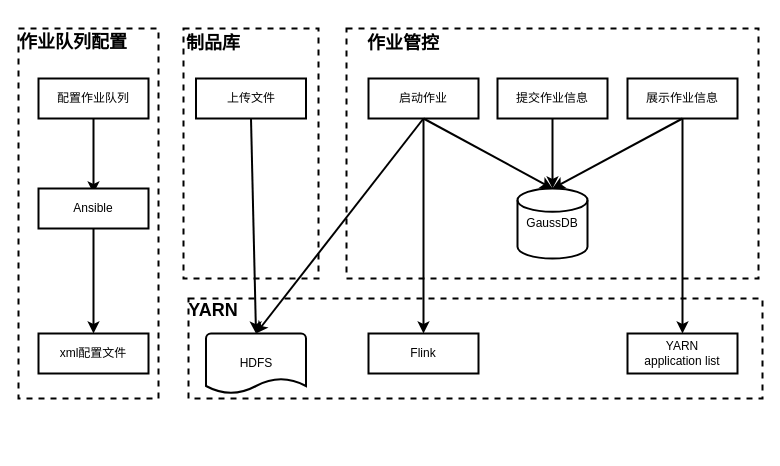
The draw.io diagram DetailDesign.drawio in Janxun/graph, before the edit. Source tidied: cells renumbered, new cells numbered last; positions are measured from the earlier drawing's top-left corner, leaving out a move shared by most shapes. Both pictures are drawn from the tidied source at 100%, with x=0, y=0 at pixel (18, 27).
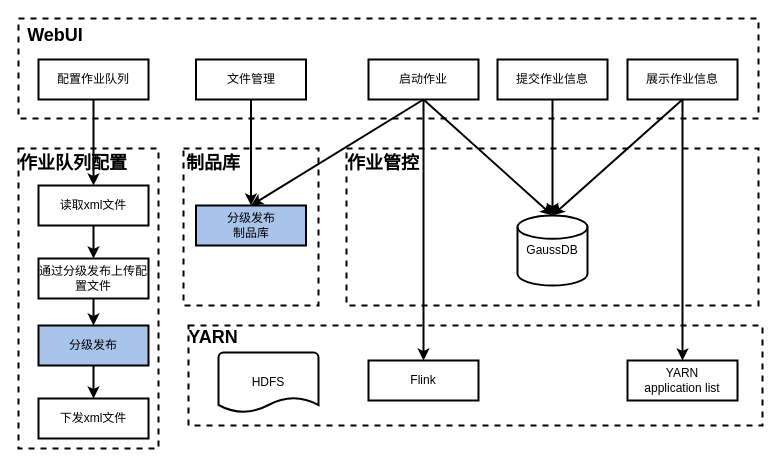
Above is the later version.

Diff of the diagram source:
```diff
@@
-    <mxCell id="2" style="rounded=0;whiteSpace=wrap;html=1;dashed=1;strokeWidth=2;align=left;" parent="1" vertex="1">
-      <mxGeometry x="170" y="271" width="574" height="100" as="geometry" />
-    </mxCell>
     <mxCell id="3" style="rounded=0;whiteSpace=wrap;html=1;dashed=1;strokeWidth=2;align=left;" parent="1" vertex="1">
-      <mxGeometry x="328" y="1" width="412" height="250" as="geometry" />
+      <mxGeometry x="328" y="121" width="412" height="157" as="geometry" />
     </mxCell>
     <mxCell id="4" style="rounded=0;whiteSpace=wrap;html=1;dashed=1;strokeWidth=2;align=left;" parent="1" vertex="1">
-      <mxGeometry x="165" y="1" width="135" height="250" as="geometry" />
+      <mxGeometry x="165" y="121" width="135" height="157" as="geometry" />
     </mxCell>
     <mxCell id="5" style="rounded=0;whiteSpace=wrap;html=1;dashed=1;strokeWidth=2;" parent="1" vertex="1">
-      <mxGeometry y="1" width="140" height="370" as="geometry" />
+      <mxGeometry y="121" width="140" height="300" as="geometry" />
     </mxCell>
+    <mxCell id="30" style="rounded=0;whiteSpace=wrap;html=1;dashed=1;strokeWidth=2;strokeColor=#000000;" parent="1" vertex="1">
+      <mxGeometry y="-9" width="740" height="100" as="geometry" />
+    </mxCell>
+    <mxCell id="2" style="rounded=0;whiteSpace=wrap;html=1;dashed=1;strokeWidth=2;align=left;" parent="1" vertex="1">
+      <mxGeometry x="170" y="298" width="574" height="100" as="geometry" />
+    </mxCell>
     <mxCell id="6" value="提交作业信息" style="rounded=0;whiteSpace=wrap;html=1;strokeWidth=2;" parent="1" vertex="1">
-      <mxGeometry x="479" y="51" width="110" height="40" as="geometry" />
+      <mxGeometry x="479" y="32" width="110" height="40" as="geometry" />
     </mxCell>
     <mxCell id="7" value="&lt;span&gt;GaussDB&lt;/span&gt;" style="strokeWidth=2;html=1;shape=mxgraph.flowchart.database;whiteSpace=wrap;" parent="1" vertex="1">
-      <mxGeometry x="499" y="161" width="70" height="70" as="geometry" />
+      <mxGeometry x="499" y="188" width="70" height="70" as="geometry" />
     </mxCell>
@@
     <mxCell id="9" value="展示作业信息" style="rounded=0;whiteSpace=wrap;html=1;strokeWidth=2;" parent="1" vertex="1">
-      <mxGeometry x="609" y="51" width="110" height="40" as="geometry" />
+      <mxGeometry x="609" y="32" width="110" height="40" as="geometry" />
     </mxCell>
     <mxCell id="10" value="启动作业" style="rounded=0;whiteSpace=wrap;html=1;strokeWidth=2;" parent="1" vertex="1">
-      <mxGeometry x="350" y="51" width="110" height="40" as="geometry" />
+      <mxGeometry x="350" y="32" width="110" height="40" as="geometry" />
     </mxCell>
-    <mxCell id="11" value="上传文件" style="rounded=0;whiteSpace=wrap;html=1;strokeWidth=2;" parent="1" vertex="1">
-      <mxGeometry x="177.5" y="51" width="110" height="40" as="geometry" />
+    <mxCell id="11" value="文件管理" style="rounded=0;whiteSpace=wrap;html=1;strokeWidth=2;" parent="1" vertex="1">
+      <mxGeometry x="177.5" y="32" width="110" height="40" as="geometry" />
     </mxCell>
-    <mxCell id="12" style="endArrow=classic;html=1;rounded=0;strokeWidth=2;exitX=0.5;exitY=1;exitDx=0;exitDy=0;entryX=0.5;entryY=0;entryDx=0;entryDy=0;entryPerimeter=0;" parent="1" edge="1" source="11" target="29">
-      <mxGeometry relative="1" as="geometry" />
-    </mxCell>
@@
     <mxCell id="14" value="配置作业队列" style="rounded=0;whiteSpace=wrap;html=1;strokeWidth=2;" parent="1" vertex="1">
-      <mxGeometry x="20" y="51" width="110" height="40" as="geometry" />
+      <mxGeometry x="20" y="32" width="110" height="40" as="geometry" />
     </mxCell>
@@
-    <mxCell id="16" style="endArrow=classic;html=1;rounded=0;strokeWidth=2;exitX=0.5;exitY=1;exitDx=0;exitDy=0;" parent="1" edge="1" source="14">
-      <mxGeometry relative="1" as="geometry">
-        <mxPoint x="75" y="166" as="targetPoint" />
-      </mxGeometry>
-    </mxCell>
-    <mxCell id="17" value="Ansible" style="rounded=0;whiteSpace=wrap;html=1;strokeWidth=2;" parent="1" vertex="1">
-      <mxGeometry x="20" y="161" width="110" height="40" as="geometry" />
+    <mxCell id="17" value="分级发布" style="rounded=0;whiteSpace=wrap;html=1;strokeWidth=2;fillColor=#A9C4EB;" parent="1" vertex="1">
+      <mxGeometry x="20" y="298" width="110" height="40" as="geometry" />
     </mxCell>
@@
-    <mxCell id="19" style="endArrow=classic;html=1;rounded=0;strokeWidth=2;exitX=0.5;exitY=1;exitDx=0;exitDy=0;entryX=0.5;entryY=0;entryDx=0;entryDy=0;entryPerimeter=0;" parent="1" edge="1" source="10" target="29">
+    <mxCell id="19" style="endArrow=classic;html=1;rounded=0;strokeWidth=2;exitX=0.5;exitY=1;exitDx=0;exitDy=0;entryX=0.5;entryY=0;entryDx=0;entryDy=0;" parent="1" edge="1" source="10" target="31">
       <mxGeometry relative="1" as="geometry" />
     </mxCell>
@@
-    <mxCell id="22" value="xml配置文件" style="rounded=0;whiteSpace=wrap;html=1;strokeWidth=2;" parent="1" vertex="1">
-      <mxGeometry x="20" y="306" width="110" height="40" as="geometry" />
+    <mxCell id="22" value="下发xml文件" style="rounded=0;whiteSpace=wrap;html=1;strokeWidth=2;" parent="1" vertex="1">
+      <mxGeometry x="20" y="371" width="110" height="40" as="geometry" />
     </mxCell>
     <mxCell id="23" value="&lt;font style=&quot;font-size: 18px&quot;&gt;&lt;b&gt;YARN&lt;/b&gt;&lt;/font&gt;" style="text;html=1;strokeColor=none;fillColor=none;align=center;verticalAlign=middle;whiteSpace=wrap;rounded=0;" parent="1" vertex="1">
-      <mxGeometry x="165" y="268" width="60" height="30" as="geometry" />
+      <mxGeometry x="165" y="295" width="60" height="30" as="geometry" />
     </mxCell>
     <mxCell id="24" value="&lt;font size=&quot;4&quot;&gt;&lt;b&gt;制品库&lt;/b&gt;&lt;/font&gt;" style="text;html=1;strokeColor=none;fillColor=none;align=center;verticalAlign=middle;whiteSpace=wrap;rounded=0;" parent="1" vertex="1">
-      <mxGeometry x="165" y="1" width="60" height="30" as="geometry" />
+      <mxGeometry x="165" y="121" width="60" height="30" as="geometry" />
     </mxCell>
     <mxCell id="25" value="&lt;font size=&quot;4&quot;&gt;&lt;b&gt;作业队列配置&lt;/b&gt;&lt;/font&gt;" style="text;html=1;strokeColor=none;fillColor=none;align=center;verticalAlign=middle;whiteSpace=wrap;rounded=0;" parent="1" vertex="1">
-      <mxGeometry width="110" height="30" as="geometry" />
+      <mxGeometry y="121" width="110" height="30" as="geometry" />
     </mxCell>
     <mxCell id="26" value="&lt;font size=&quot;4&quot;&gt;&lt;b&gt;作业管控&lt;/b&gt;&lt;/font&gt;" style="text;html=1;strokeColor=none;fillColor=none;align=center;verticalAlign=middle;whiteSpace=wrap;rounded=0;" parent="1" vertex="1">
-      <mxGeometry x="340" y="1" width="90" height="30" as="geometry" />
+      <mxGeometry x="320" y="121" width="90" height="30" as="geometry" />
     </mxCell>
     <mxCell id="27" value="Flink" style="rounded=0;whiteSpace=wrap;html=1;strokeWidth=2;" parent="1" vertex="1">
-      <mxGeometry x="350" y="306" width="110" height="40" as="geometry" />
+      <mxGeometry x="350" y="333" width="110" height="40" as="geometry" />
     </mxCell>
     <mxCell id="28" value="YARN&lt;br&gt;application list" style="rounded=0;whiteSpace=wrap;html=1;strokeWidth=2;" parent="1" vertex="1">
-      <mxGeometry x="609" y="306" width="110" height="40" as="geometry" />
+      <mxGeometry x="609" y="333" width="110" height="40" as="geometry" />
     </mxCell>
     <mxCell id="29" value="&lt;span&gt;HDFS&lt;/span&gt;" style="strokeWidth=2;html=1;shape=mxgraph.flowchart.document2;whiteSpace=wrap;size=0.25;" parent="1" vertex="1">
-      <mxGeometry x="187.5" y="306" width="100" height="60" as="geometry" />
+      <mxGeometry x="200" y="325" width="100" height="60" as="geometry" />
     </mxCell>
+    <mxCell id="31" value="分级发布&lt;br&gt;制品库" style="rounded=0;whiteSpace=wrap;html=1;strokeWidth=2;fillColor=#A9C4EB;" parent="1" vertex="1">
+      <mxGeometry x="177.5" y="178" width="110" height="40" as="geometry" />
+    </mxCell>
+    <mxCell id="32" style="endArrow=classic;html=1;rounded=0;strokeWidth=2;exitX=0.5;exitY=1;exitDx=0;exitDy=0;entryX=0.5;entryY=0;entryDx=0;entryDy=0;" parent="1" edge="1" source="11" target="31">
+      <mxGeometry relative="1" as="geometry" />
+    </mxCell>
+    <mxCell id="33" value="读取xml文件" style="rounded=0;whiteSpace=wrap;html=1;strokeWidth=2;" parent="1" vertex="1">
+      <mxGeometry x="20" y="158" width="110" height="40" as="geometry" />
+    </mxCell>
+    <mxCell id="34" style="endArrow=classic;html=1;rounded=0;strokeWidth=2;exitX=0.5;exitY=1;exitDx=0;exitDy=0;entryX=0.5;entryY=0;entryDx=0;entryDy=0;" parent="1" edge="1" source="14" target="33">
+      <mxGeometry relative="1" as="geometry" />
+    </mxCell>
+    <mxCell id="35" style="endArrow=classic;html=1;rounded=0;strokeWidth=2;exitX=0.5;exitY=1;exitDx=0;exitDy=0;entryX=0.5;entryY=0;entryDx=0;entryDy=0;" parent="1" edge="1" source="33" target="37">
+      <mxGeometry relative="1" as="geometry" />
+    </mxCell>
+    <mxCell id="36" value="&lt;font size=&quot;4&quot;&gt;&lt;b&gt;WebUI&lt;/b&gt;&lt;/font&gt;" style="text;html=1;strokeColor=none;fillColor=none;align=center;verticalAlign=middle;whiteSpace=wrap;rounded=0;" parent="1" vertex="1">
+      <mxGeometry x="2" y="-7" width="70" height="30" as="geometry" />
+    </mxCell>
+    <mxCell id="37" value="通过分级发布上传配置文件" style="rounded=0;whiteSpace=wrap;html=1;strokeWidth=2;" parent="1" vertex="1">
+      <mxGeometry x="20" y="231" width="110" height="40" as="geometry" />
+    </mxCell>
+    <mxCell id="38" style="endArrow=classic;html=1;rounded=0;strokeWidth=2;exitX=0.5;exitY=1;exitDx=0;exitDy=0;entryX=0.5;entryY=0;entryDx=0;entryDy=0;" parent="1" edge="1" source="37" target="17">
+      <mxGeometry relative="1" as="geometry" />
+    </mxCell>
```
